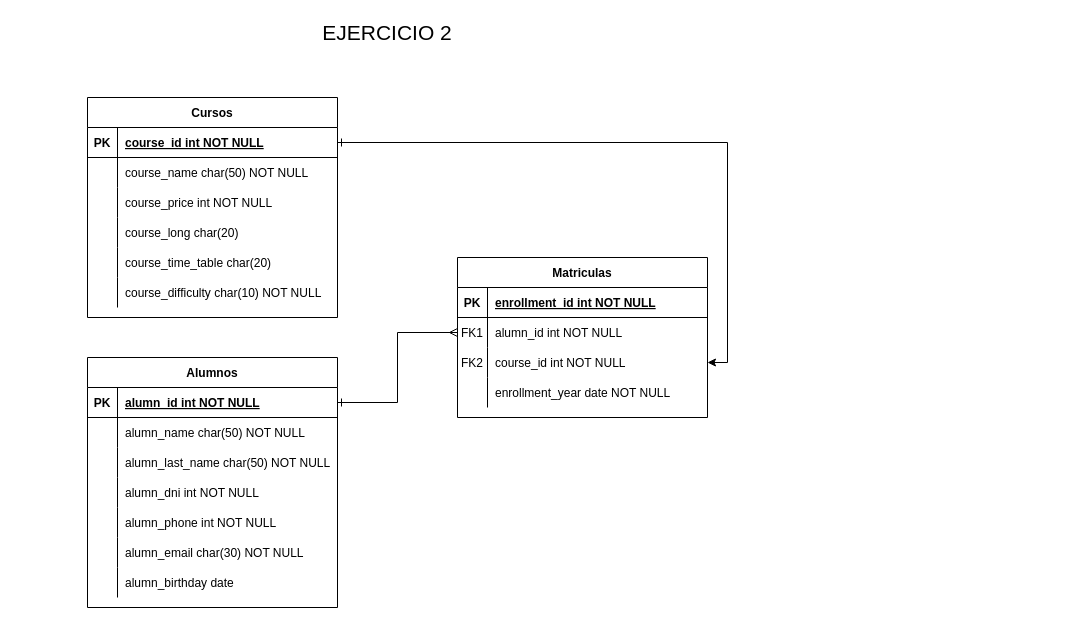
JCovian/Bootcamp-WDFS keeps this draw.io diagram as Módulo 4 - BBDD/Tema 1_Introducción BBDD/Ejercicio2.drawio. Above is the earlier version. Source tidied: cells renumbered, new cells numbered last; positions are measured from the earlier drawing's top-left corner, leaving out a move shared by most shapes. Both pictures are drawn from the tidied source at 100%, with x=0, y=0 at pixel (87, 17).
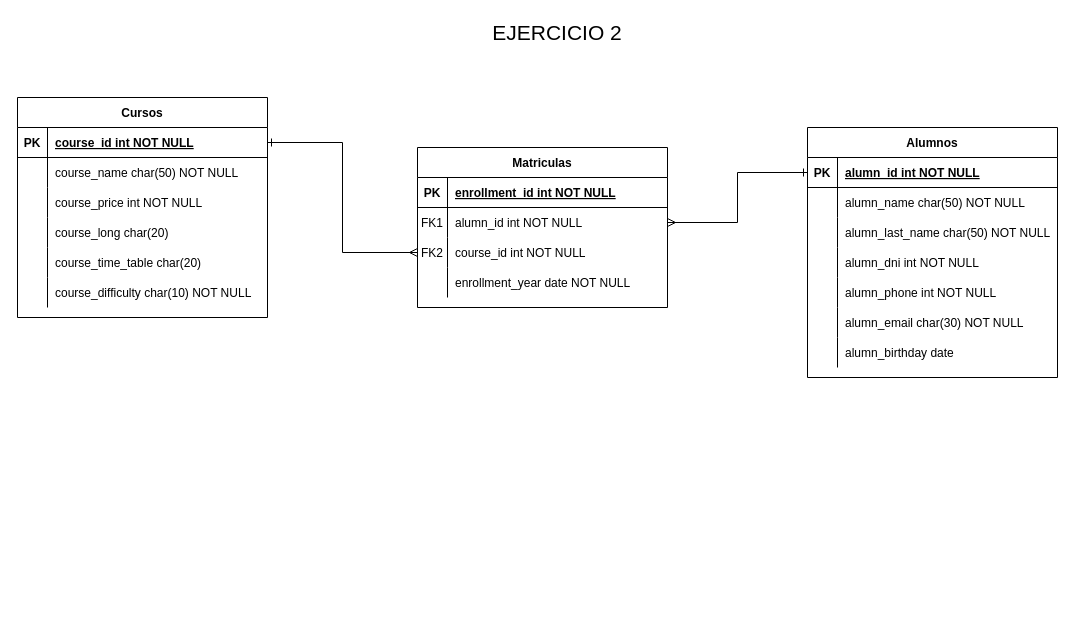
Above is the later version.

Unchanged cells that the change refers to:
```xml
<mxCell id="3" style="shape=partialRectangle;fillColor=none;points=[[0,0.5],[1,0.5]];portConstraint=eastwest;top=0;left=0;right=0;bottom=1;" parent="2" vertex="1">
  <mxGeometry y="30" width="250" height="30" as="geometry" />
</mxCell>
<mxCell id="23" style="shape=partialRectangle;fillColor=none;points=[[0,0.5],[1,0.5]];portConstraint=eastwest;top=0;left=0;right=0;bottom=1;" parent="22" vertex="1">
  <mxGeometry y="30" width="250" height="30" as="geometry" />
</mxCell>
<mxCell id="48" style="shape=partialRectangle;fillColor=none;points=[[0,0.5],[1,0.5]];portConstraint=eastwest;top=0;left=0;right=0;bottom=0;" parent="44" vertex="1">
  <mxGeometry y="60" width="250" height="30" as="geometry" />
</mxCell>
<mxCell id="51" style="shape=partialRectangle;fillColor=none;points=[[0,0.5],[1,0.5]];portConstraint=eastwest;top=0;left=0;right=0;bottom=0;" parent="44" vertex="1">
  <mxGeometry y="90" width="250" height="30" as="geometry" />
</mxCell>
```

Diff of the diagram source:
```diff
@@
     <mxCell id="2" value="Cursos" style="shape=table;startSize=30;childLayout=tableLayout;rowLines=0;fontStyle=1;align=center;" parent="1" vertex="1">
-      <mxGeometry y="80" width="250" height="220" as="geometry" />
+      <mxGeometry x="-70" y="80" width="250" height="220" as="geometry" />
     </mxCell>
@@
     <mxCell id="21" value="EJERCICIO 2" style="text;html=1;strokeColor=none;fillColor=none;align=center;verticalAlign=middle;whiteSpace=wrap;rounded=0;fontSize=21;" parent="1" vertex="1">
-      <mxGeometry x="230" width="140" height="30" as="geometry" />
+      <mxGeometry x="400" width="140" height="30" as="geometry" />
     </mxCell>
     <mxCell id="22" value="Alumnos" style="shape=table;startSize=30;childLayout=tableLayout;rowLines=0;fontStyle=1;align=center;" parent="1" vertex="1">
-      <mxGeometry y="340" width="250" height="250" as="geometry" />
+      <mxGeometry x="720" y="110" width="250" height="250" as="geometry" />
     </mxCell>
@@
     <mxCell id="44" value="Matriculas" style="shape=table;startSize=30;childLayout=tableLayout;rowLines=0;fontStyle=1;align=center;" parent="1" vertex="1">
-      <mxGeometry x="370" y="240" width="250" height="160" as="geometry" />
+      <mxGeometry x="330" y="130" width="250" height="160" as="geometry" />
     </mxCell>
@@
+    <mxCell id="58" style="edgeStyle=orthogonalEdgeStyle;rounded=0;jettySize=auto;html=1;exitX=1;exitY=0.5;exitDx=0;exitDy=0;entryX=0;entryY=0.5;entryDx=0;entryDy=0;startArrow=ERone;startFill=0;endArrow=ERmany;endFill=0;" parent="1" edge="1" source="3" target="51">
+      <mxGeometry relative="1" as="geometry" />
+    </mxCell>
-    <mxCell id="57" style="edgeStyle=orthogonalEdgeStyle;rounded=0;jettySize=auto;html=1;exitX=1;exitY=0.5;exitDx=0;exitDy=0;entryX=0;entryY=0.5;entryDx=0;entryDy=0;fontSize=21;endArrow=ERmany;endFill=0;startArrow=ERone;startFill=0;" parent="1" edge="1" source="23" target="48">
+    <mxCell id="57" style="edgeStyle=orthogonalEdgeStyle;rounded=0;jettySize=auto;html=1;exitX=0;exitY=0.5;exitDx=0;exitDy=0;entryX=1;entryY=0.5;entryDx=0;entryDy=0;startArrow=ERone;startFill=0;endArrow=ERmany;endFill=0;" parent="1" edge="1" source="23" target="48">
       <mxGeometry relative="1" as="geometry" />
     </mxCell>
-    <mxCell id="58" style="edgeStyle=orthogonalEdgeStyle;rounded=0;jettySize=auto;html=1;exitX=1;exitY=0.5;exitDx=0;exitDy=0;entryX=1;entryY=0.5;entryDx=0;entryDy=0;fontSize=21;startArrow=ERone;startFill=0;endArrow=classic;endFill=1;" parent="1" edge="1" source="3" target="51">
-      <mxGeometry relative="1" as="geometry" />
-    </mxCell>
```
